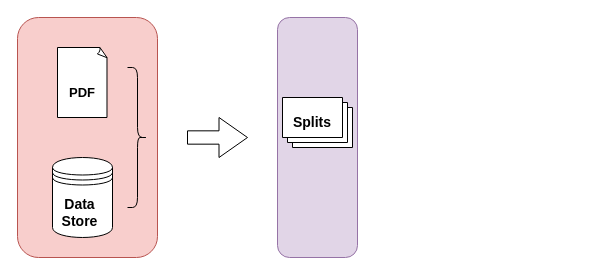
Above: research/Architecture Diagram/system_diagram_REU.drawio in srithan09/Medical-Chatbot-using-LLM (draw.io), before the change. Source tidied: cells renumbered, new cells numbered last; positions are measured from the earlier drawing's top-left corner, leaving out a move shared by most shapes. Both pictures are drawn from the tidied source at 100%, with x=0, y=0 at pixel (17, 17).
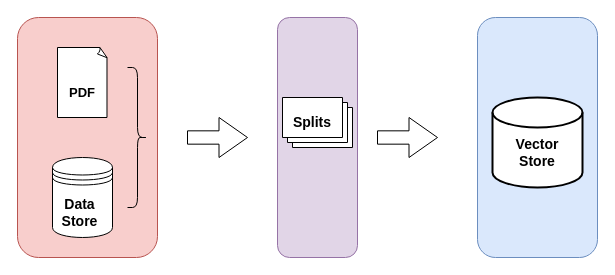
The same page after the edit.

The edit, as a diff of the source:
```diff
@@
 <mxGraphModel>
   <root>
     <mxCell id="0" />
     <mxCell id="1" parent="0" />
     <mxCell id="2" style="rounded=1;whiteSpace=wrap;html=1;fillColor=#f8cecc;strokeColor=#b85450;" parent="1" vertex="1">
       <mxGeometry width="140" height="240" as="geometry" />
     </mxCell>
     <mxCell id="3" style="whiteSpace=wrap;html=1;shape=mxgraph.basic.document;" parent="1" vertex="1">
       <mxGeometry x="40" y="30" width="50" height="70" as="geometry" />
     </mxCell>
     <mxCell id="4" style="shape=datastore;whiteSpace=wrap;html=1;" parent="1" vertex="1">
       <mxGeometry x="35" y="140" width="60" height="80" as="geometry" />
     </mxCell>
     <mxCell id="5" value="&lt;font style=&quot;font-size: 13px;&quot;&gt;&lt;b&gt;PDF&lt;/b&gt;&lt;/font&gt;" style="text;html=1;align=center;verticalAlign=middle;whiteSpace=wrap;rounded=0;" parent="1" vertex="1">
       <mxGeometry x="35" y="60" width="60" height="30" as="geometry" />
     </mxCell>
     <mxCell id="6" value="&lt;font style=&quot;font-size: 14px;&quot;&gt;&lt;b&gt;Data Store&lt;/b&gt;&lt;/font&gt;" style="text;html=1;align=center;verticalAlign=middle;whiteSpace=wrap;rounded=0;" parent="1" vertex="1">
       <mxGeometry x="30" y="180" width="65" height="30" as="geometry" />
     </mxCell>
     <mxCell id="7" style="shape=curlyBracket;whiteSpace=wrap;html=1;rounded=1;flipH=1;labelPosition=right;verticalLabelPosition=middle;align=left;verticalAlign=middle;" parent="1" vertex="1">
       <mxGeometry x="110" y="50" width="20" height="140" as="geometry" />
     </mxCell>
     <mxCell id="8" style="rounded=1;whiteSpace=wrap;html=1;fillColor=#e1d5e7;strokeColor=#9673a6;" parent="1" vertex="1">
       <mxGeometry x="260" width="80" height="240" as="geometry" />
     </mxCell>
     <mxCell id="9" style="verticalLabelPosition=bottom;verticalAlign=top;html=1;shape=mxgraph.basic.layered_rect;dx=10;whiteSpace=wrap;" parent="1" vertex="1">
       <mxGeometry x="265" y="80" width="70" height="50" as="geometry" />
     </mxCell>
     <mxCell id="10" value="&lt;font style=&quot;font-size: 14px;&quot;&gt;&lt;b&gt;Splits&lt;/b&gt;&lt;/font&gt;" style="text;html=1;align=center;verticalAlign=middle;whiteSpace=wrap;rounded=0;" parent="1" vertex="1">
       <mxGeometry x="265" y="90" width="60" height="30" as="geometry" />
     </mxCell>
     <mxCell id="11" style="shape=singleArrow;whiteSpace=wrap;html=1;arrowWidth=0.3333333333333333;arrowSize=0.475;" parent="1" vertex="1">
       <mxGeometry x="170" y="100" width="60" height="40" as="geometry" />
     </mxCell>
+    <mxCell id="12" style="rounded=1;whiteSpace=wrap;html=1;fillColor=#dae8fc;strokeColor=#6c8ebf;" parent="1" vertex="1">
+      <mxGeometry x="460" width="120" height="240" as="geometry" />
+    </mxCell>
+    <mxCell id="13" style="shape=singleArrow;whiteSpace=wrap;html=1;arrowWidth=0.3333333333333333;arrowSize=0.475;" parent="1" vertex="1">
+      <mxGeometry x="360" y="100" width="60" height="40" as="geometry" />
+    </mxCell>
+    <mxCell id="14" style="strokeWidth=2;html=1;shape=mxgraph.flowchart.database;whiteSpace=wrap;" parent="1" vertex="1">
+      <mxGeometry x="475" y="80" width="90" height="90" as="geometry" />
+    </mxCell>
+    <mxCell id="15" value="&lt;font style=&quot;font-size: 14px;&quot;&gt;&lt;b&gt;Vector Store&lt;/b&gt;&lt;/font&gt;" style="text;html=1;align=center;verticalAlign=middle;whiteSpace=wrap;rounded=0;" parent="1" vertex="1">
+      <mxGeometry x="480" y="120" width="80" height="30" as="geometry" />
+    </mxCell>
   </root>
 </mxGraphModel>
```
